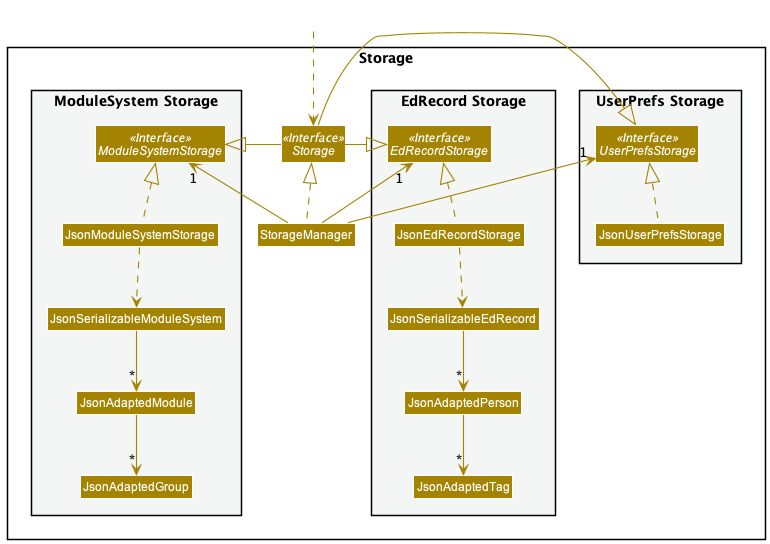
Earlier version of the PlantUML export docs/images/StorageClassDiagram.png (nus-cs2103-AY2122S1/tp).
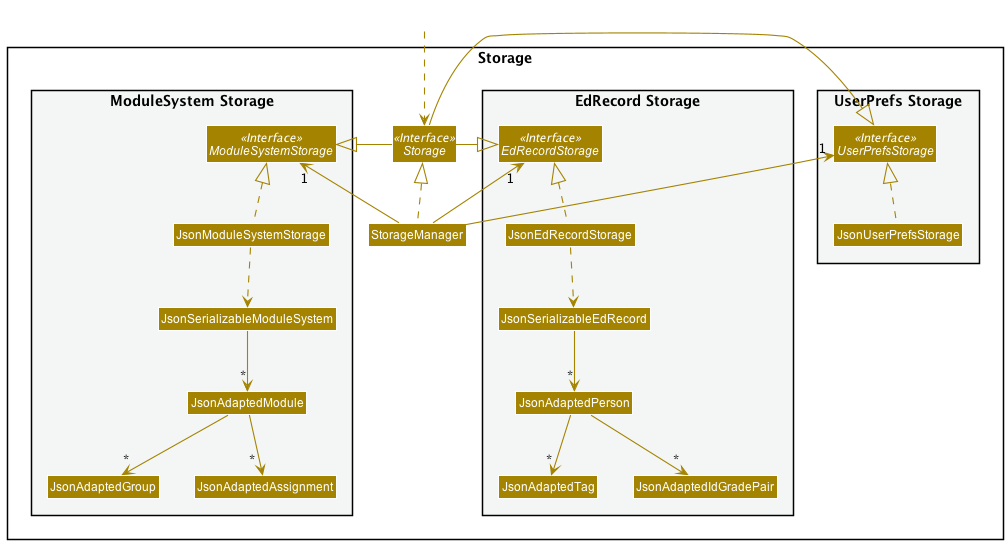
The same file after the commit.

Commit message:
Update Storage class diagram with new JsonAdapted classes

Diff of the diagram source:
```diff
@@ -20,6 +20,7 @@
 Class JsonSerializableEdRecord
 Class JsonAdaptedPerson
 Class JsonAdaptedTag
+Class JsonAdaptedIdGradePair
 }
 
 package "ModuleSystem Storage" #F4F6F6{
@@ -28,6 +29,7 @@
 Class JsonSerializableModuleSystem
 Class JsonAdaptedModule
 Class JsonAdaptedGroup
+Class JsonAdaptedAssignment
 }
 
 }
@@ -49,10 +51,12 @@
 JsonEdRecordStorage ..> JsonSerializableEdRecord
 JsonSerializableEdRecord --> "*" JsonAdaptedPerson
 JsonAdaptedPerson --> "*" JsonAdaptedTag
+JsonAdaptedPerson --> "*" JsonAdaptedIdGradePair
 
 JsonModuleSystemStorage .up.|> ModuleSystemStorage
 JsonModuleSystemStorage ..> JsonSerializableModuleSystem
 JsonSerializableModuleSystem --> "*" JsonAdaptedModule
 JsonAdaptedModule --> "*" JsonAdaptedGroup
+JsonAdaptedModule --> "      *" JsonAdaptedAssignment
 
 @enduml
```
